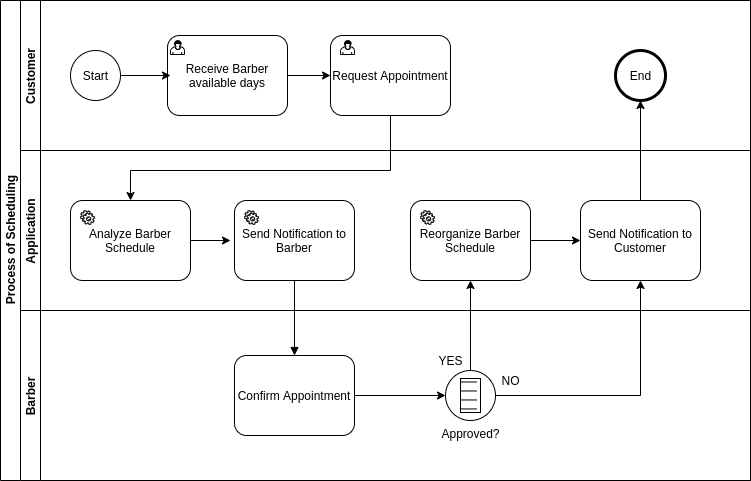
Earlier version of the draw.io export BPMN DIAGRAM - GOBARBER.png (kielkow/GoBarber-2.0-Back-end). Source tidied: cells renumbered, new cells last; positions are measured from the earlier drawing's top-left corner, leaving out a move shared by most shapes.
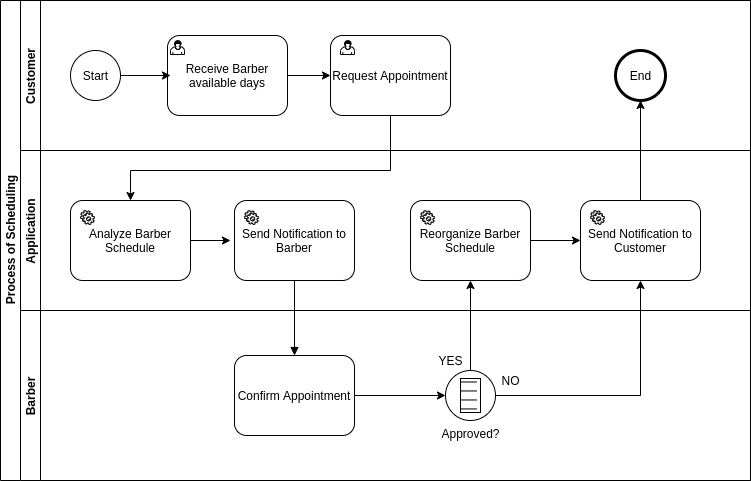
The same file after the commit.

Change to the diagram source:
```diff
@@ -62,6 +62,9 @@
     <mxCell id="21" style="shape=mxgraph.bpmn.service_task;html=1;" parent="13" vertex="1">
       <mxGeometry x="400" y="60" width="14" height="14" as="geometry" />
     </mxCell>
+    <mxCell id="35" style="shape=mxgraph.bpmn.service_task;html=1;" parent="13" vertex="1">
+      <mxGeometry x="570" y="60" width="14" height="14" as="geometry" />
+    </mxCell>
     <mxCell id="22" value="Barber" style="swimlane;startSize=20;horizontal=0;" parent="2" vertex="1">
       <mxGeometry x="20" y="310" width="730" height="170" as="geometry" />
     </mxCell>
```
